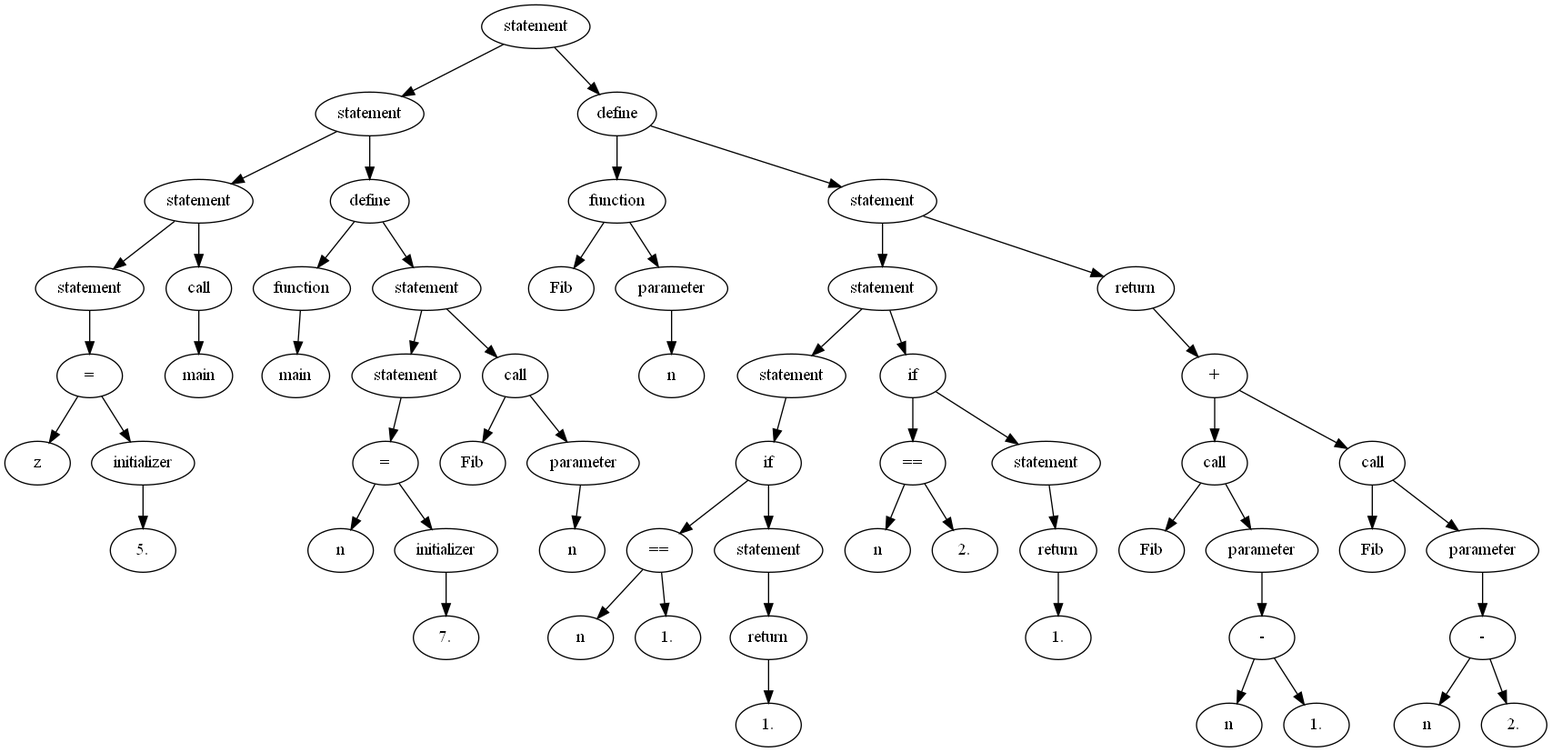
Earlier version of the Graphviz export russkie_alga!/parse.png (matmuher/flip-flop). Its source is kept beside it as russkie_alga!/parse.dot.
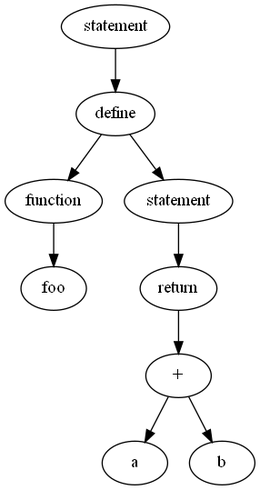
The same diagram one commit later.

Commit message:
[fixed]: user function call (instead of variable process) in the end of function body

Diff of the diagram source:
```diff
@@ -1,119 +1,19 @@
 digraph G {
-A007E7258 [label = "statement"];
-A007E7258 -> A007E27E8;
-A007E7258 -> A007E7678;
-A007E27E8 [label = "statement"];
-A007E27E8 -> A007E0568;
-A007E27E8 -> A007E70F0;
-A007E0568 [label = "statement"];
-A007E0568 -> A007E04C0;
-A007E0568 -> A007E27D0;
-A007E04C0 [label = "statement"];
-A007E04C0 -> A007E0550;
-A007E0550 [label = "="];
-A007E0550 -> A007E04F0;
-A007E0550 -> A007E0520;
-A007E04F0 [label = "z"];
-A007E0520 [label = "initializer"];
-A007E0520 -> A007E0508;
-A007E0508 [label = "5."];
-A007E27D0 [label = "call"];
-A007E27D0 -> A007E0598;
-A007E0598 [label = "main"];
-A007E70F0 [label = "define"];
-A007E70F0 -> A007E71F8;
-A007E70F0 -> A007E71B0;
-A007E71F8 [label = "function"];
-A007E71F8 -> A007E2818;
-A007E2818 [label = "main"];
-A007E71B0 [label = "statement"];
-A007E71B0 -> A007E2830;
-A007E71B0 -> A007E7228;
-A007E2830 [label = "statement"];
-A007E2830 -> A007E70C0;
-A007E70C0 [label = "="];
-A007E70C0 -> A007E2860;
-A007E70C0 -> A007E71C8;
-A007E2860 [label = "n"];
-A007E71C8 [label = "initializer"];
-A007E71C8 -> A007E7120;
-A007E7120 [label = "7."];
-A007E7228 [label = "call"];
-A007E7228 -> A007E70D8;
-A007E7228 -> A007E7270;
-A007E70D8 [label = "Fib"];
-A007E7270 [label = "parameter"];
-A007E7270 -> A007E71E0;
-A007E71E0 [label = "n"];
-A007E7678 [label = "define"];
-A007E7678 -> A007E7600;
-A007E7678 -> A007E74C8;
-A007E7600 [label = "function"];
-A007E7600 -> A007E7108;
-A007E7600 -> A007E7150;
-A007E7108 [label = "Fib"];
-A007E7150 [label = "parameter"];
-A007E7150 -> A007E7168;
-A007E7168 [label = "n"];
-A007E74C8 [label = "statement"];
-A007E74C8 -> A007E72D0;
-A007E74C8 -> A007E7630;
-A007E72D0 [label = "statement"];
-A007E72D0 -> A007E7570;
-A007E72D0 -> A007E7588;
-A007E7570 [label = "statement"];
-A007E7570 -> A007E7480;
-A007E7480 [label = "if"];
-A007E7480 -> A007E7510;
-A007E7480 -> A007E7558;
-A007E7510 [label = "=="];
-A007E7510 -> A007E74F8;
-A007E7510 -> A007E7540;
-A007E74F8 [label = "n"];
-A007E7540 [label = "1."];
-A007E7558 [label = "statement"];
-A007E7558 -> A007E7408;
-A007E7408 [label = "return"];
-A007E7408 -> A007E7468;
-A007E7468 [label = "1."];
-A007E7588 [label = "if"];
-A007E7588 -> A007E72E8;
-A007E7588 -> A007E74B0;
-A007E72E8 [label = "=="];
-A007E72E8 -> A007E75A0;
-A007E72E8 -> A007E72B8;
-A007E75A0 [label = "n"];
-A007E72B8 [label = "2."];
-A007E74B0 [label = "statement"];
-A007E74B0 -> A007E7360;
-A007E7360 [label = "return"];
-A007E7360 -> A007E7438;
-A007E7438 [label = "1."];
-A007E7630 [label = "return"];
-A007E7630 -> A007E75E8;
-A007E75E8 [label = "+"];
-A007E75E8 -> A007E73A8;
-A007E75E8 -> A007E7660;
-A007E73A8 [label = "call"];
-A007E73A8 -> A007E74E0;
-A007E73A8 -> A007E7300;
-A007E74E0 [label = "Fib"];
-A007E7300 [label = "parameter"];
-A007E7300 -> A007E7390;
-A007E7390 [label = "-"];
-A007E7390 -> A007E7330;
-A007E7390 -> A007E7378;
-A007E7330 [label = "n"];
-A007E7378 [label = "1."];
-A007E7660 [label = "call"];
-A007E7660 -> A007E73C0;
-A007E7660 -> A007E73D8;
-A007E73C0 [label = "Fib"];
-A007E73D8 [label = "parameter"];
-A007E73D8 -> A007E75D0;
-A007E75D0 [label = "-"];
-A007E75D0 -> A007E7618;
-A007E75D0 -> A007E75B8;
-A007E7618 [label = "n"];
-A007E75B8 [label = "2."];
+A007D2420 [label = "statement"];
+A007D2420 -> A007D35D0;
+A007D35D0 [label = "define"];
+A007D35D0 -> A007D35A0;
+A007D35D0 -> A007D2478;
+A007D35A0 [label = "function"];
+A007D35A0 -> A007D2450;
+A007D2450 [label = "foo"];
+A007D2478 [label = "statement"];
+A007D2478 -> A007D3578;
+A007D3578 [label = "return"];
+A007D3578 -> A007D3550;
+A007D3550 [label = "+"];
+A007D3550 -> A007D24A8;
+A007D3550 -> A007D3538;
+A007D24A8 [label = "a"];
+A007D3538 [label = "b"];
 }
```
